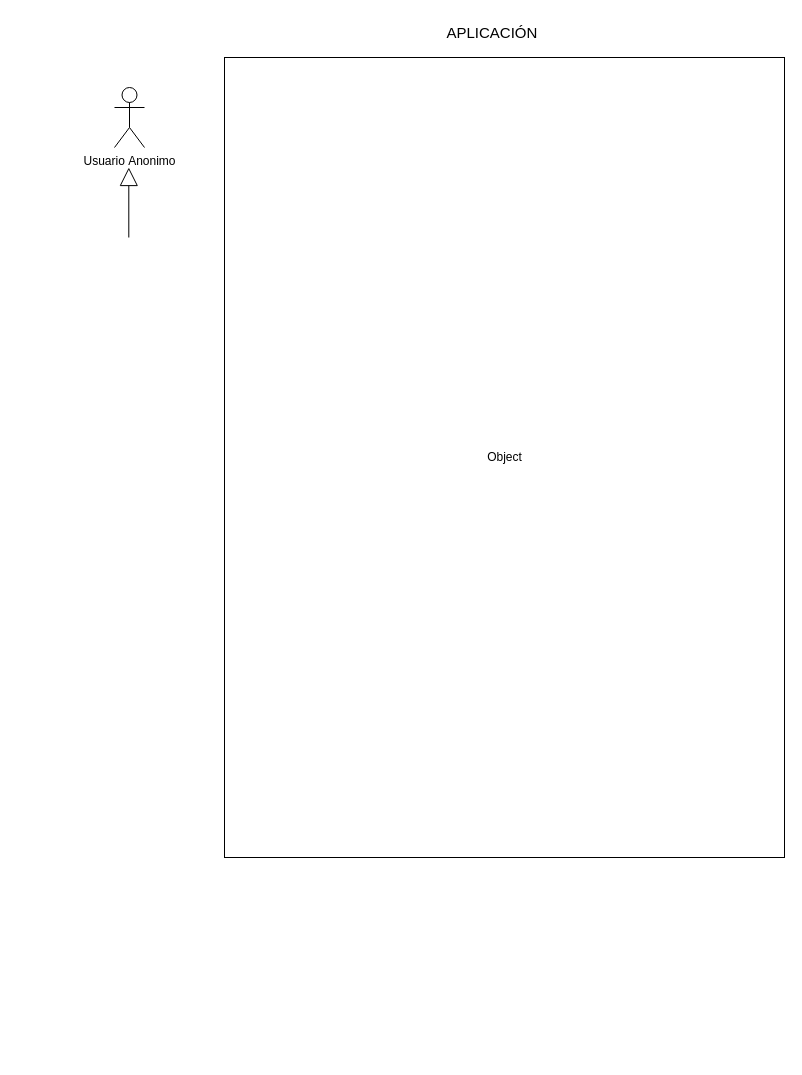
Above: doc/Diagramas UML/Diagrama_UML_Casos-de-Uso.drawio in VictorCarles/PIdam2122Azul (draw.io), before the change. Source tidied: cells renumbered, new cells numbered last; positions are measured from the earlier drawing's top-left corner, leaving out a move shared by most shapes. Both pictures are drawn from the tidied source at 100%, with x=0, y=0 at pixel (114, 17).
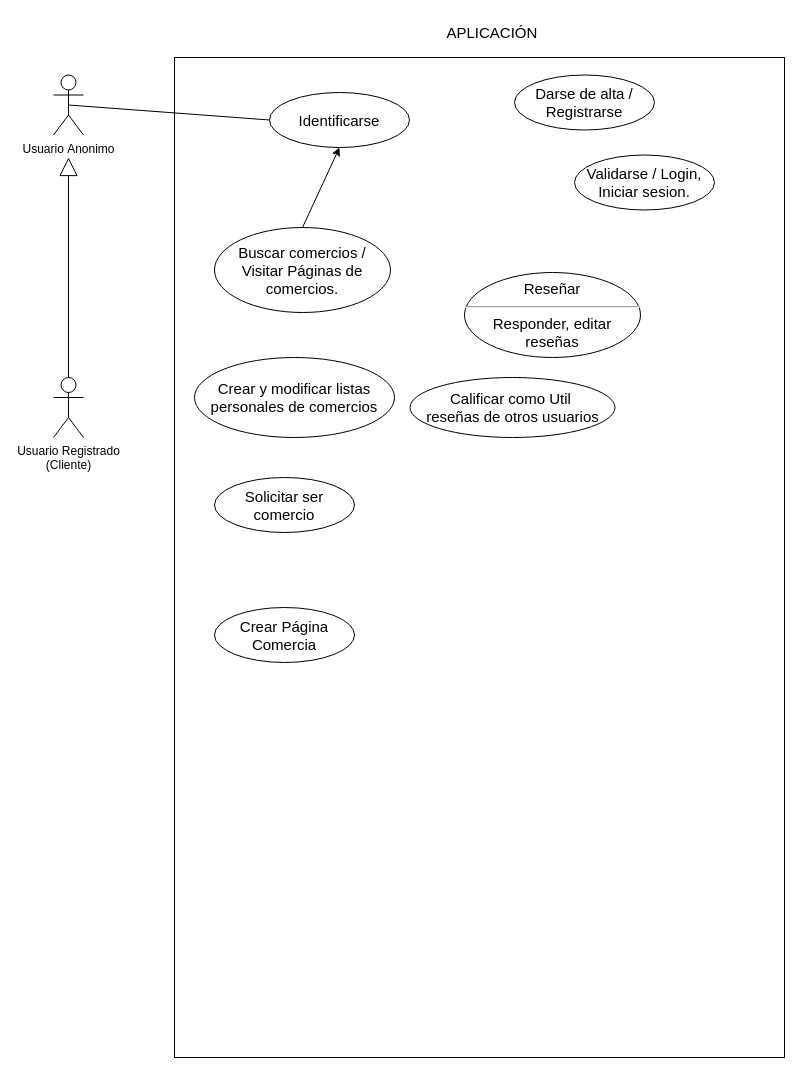
The same diagram, later.

Commit message:
Diagrama UML Casos de Uso: Añadidos varios casos de uso, y el actor "usuario registrado"

What changed in the source:
```diff
@@
 <mxGraphModel>
   <root>
     <mxCell id="0" />
     <mxCell id="1" parent="0" />
+    <mxCell id="4" style="html=1;" parent="1" vertex="1">
+      <mxGeometry x="60" y="40" width="610" height="1000" as="geometry" />
+    </mxCell>
+    <mxCell id="6" style="edgeStyle=none;rounded=0;jettySize=auto;html=1;exitX=0.5;exitY=0.5;exitDx=0;exitDy=0;exitPerimeter=0;entryX=0;entryY=0.5;entryDx=0;entryDy=0;fontSize=15;endArrow=none;endFill=0;" parent="1" edge="1" source="2" target="8">
+      <mxGeometry relative="1" as="geometry" />
+    </mxCell>
     <mxCell id="2" value="Usuario&amp;nbsp;Anonimo" style="shape=umlActor;verticalLabelPosition=bottom;verticalAlign=top;html=1;outlineConnect=0;" parent="1" vertex="1">
-      <mxGeometry y="70" width="30" height="60" as="geometry" />
+      <mxGeometry x="-61" y="57.5" width="30" height="60" as="geometry" />
     </mxCell>
-    <mxCell id="3" style="endArrow=block;endSize=16;endFill=0;html=1;rounded=0;" parent="1" edge="1">
+    <mxCell id="3" style="endArrow=block;endSize=16;endFill=0;html=1;rounded=0;exitX=0.5;exitY=0;exitDx=0;exitDy=0;exitPerimeter=0;" parent="1" edge="1" source="7">
       <mxGeometry relative="1" as="geometry">
-        <mxPoint x="14.3" y="220" as="sourcePoint" />
-        <mxPoint x="14.3" y="150" as="targetPoint" />
+        <mxPoint x="-46" y="140" as="targetPoint" />
       </mxGeometry>
     </mxCell>
-    <mxCell id="4" value="Object" style="html=1;" parent="1" vertex="1">
-      <mxGeometry x="110" y="40" width="560" height="800" as="geometry" />
-    </mxCell>
     <mxCell id="5" value="APLICACIÓN&amp;nbsp;" style="text;html=1;strokeColor=none;fillColor=none;align=center;verticalAlign=middle;whiteSpace=wrap;rounded=0;fontSize=15;" parent="1" vertex="1">
       <mxGeometry x="350" width="60" height="30" as="geometry" />
     </mxCell>
+    <mxCell id="7" value="Usuario Registrado&lt;br&gt;(Cliente)" style="shape=umlActor;verticalLabelPosition=bottom;verticalAlign=top;html=1;outlineConnect=0;" parent="1" vertex="1">
+      <mxGeometry x="-61" y="360" width="30" height="60" as="geometry" />
+    </mxCell>
+    <mxCell id="8" value="Identificarse" style="ellipse;whiteSpace=wrap;html=1;fontSize=15;" parent="1" vertex="1">
+      <mxGeometry x="155" y="75" width="140" height="55" as="geometry" />
+    </mxCell>
+    <mxCell id="9" value="Crear y modificar listas personales de comercios" style="ellipse;whiteSpace=wrap;html=1;fontSize=15;" parent="1" vertex="1">
+      <mxGeometry x="80" y="340" width="200" height="80" as="geometry" />
+    </mxCell>
+    <mxCell id="10" value="Solicitar ser comercio" style="ellipse;whiteSpace=wrap;html=1;fontSize=15;" parent="1" vertex="1">
+      <mxGeometry x="100" y="460" width="140" height="55" as="geometry" />
+    </mxCell>
+    <mxCell id="11" value="Calificar como Util&amp;nbsp;&lt;br&gt;reseñas de otros usuarios" style="ellipse;whiteSpace=wrap;html=1;fontSize=15;" parent="1" vertex="1">
+      <mxGeometry x="295.5" y="360" width="205" height="60" as="geometry" />
+    </mxCell>
+    <mxCell id="12" style="rounded=0;jettySize=auto;html=1;exitX=0.5;exitY=0;exitDx=0;exitDy=0;entryX=0.5;entryY=1;entryDx=0;entryDy=0;fontSize=15;" parent="1" edge="1" source="13" target="8">
+      <mxGeometry relative="1" as="geometry" />
+    </mxCell>
+    <mxCell id="13" value="Buscar comercios /&lt;br&gt;Visitar Páginas de comercios." style="ellipse;whiteSpace=wrap;html=1;fontSize=15;" parent="1" vertex="1">
+      <mxGeometry x="100" y="210" width="176" height="85" as="geometry" />
+    </mxCell>
+    <mxCell id="14" value="Darse de alta /&lt;br&gt;Registrarse" style="ellipse;whiteSpace=wrap;html=1;fontSize=15;" parent="1" vertex="1">
+      <mxGeometry x="400" y="57.5" width="140" height="55" as="geometry" />
+    </mxCell>
+    <mxCell id="15" value="Validarse / Login, Iniciar sesion." style="ellipse;whiteSpace=wrap;html=1;fontSize=15;" parent="1" vertex="1">
+      <mxGeometry x="460" y="137.5" width="140" height="55" as="geometry" />
+    </mxCell>
+    <mxCell id="16" style="edgeStyle=orthogonalEdgeStyle;rounded=0;orthogonalLoop=1;jettySize=auto;html=1;exitX=0.5;exitY=1;exitDx=0;exitDy=0;fontSize=15;" parent="1" edge="1" source="10" target="10">
+      <mxGeometry relative="1" as="geometry" />
+    </mxCell>
+    <mxCell id="17" value="Reseñar&lt;hr&gt;Responder, editar reseñas" style="ellipse;whiteSpace=wrap;html=1;fontSize=15;" parent="1" vertex="1">
+      <mxGeometry x="350" y="255" width="176" height="85" as="geometry" />
+    </mxCell>
+    <mxCell id="18" value="Crear Página Comercia" style="ellipse;whiteSpace=wrap;html=1;fontSize=15;" parent="1" vertex="1">
+      <mxGeometry x="100" y="590" width="140" height="55" as="geometry" />
+    </mxCell>
   </root>
 </mxGraphModel>
```
